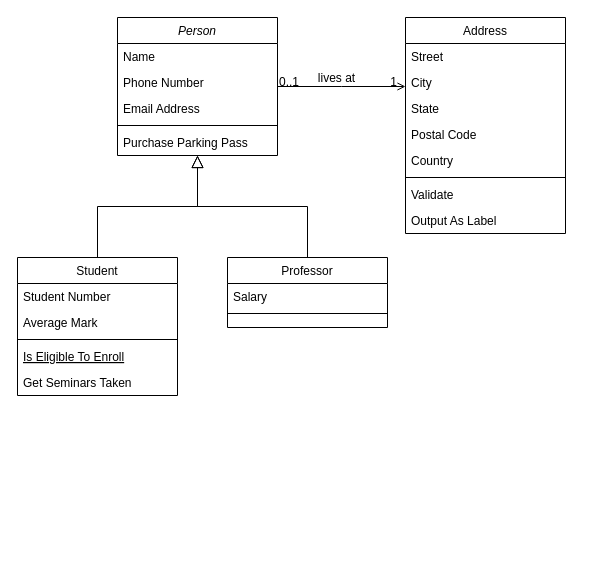
This is Untitled Diagram.drawio from vivek22sep/boilerplate, a draw.io file, before an edit. Source tidied: cells renumbered, new cells numbered last; positions are measured from the earlier drawing's top-left corner, leaving out a move shared by most shapes. Both pictures are drawn from the tidied source at 100%, with x=0, y=0 at pixel (17, 17).
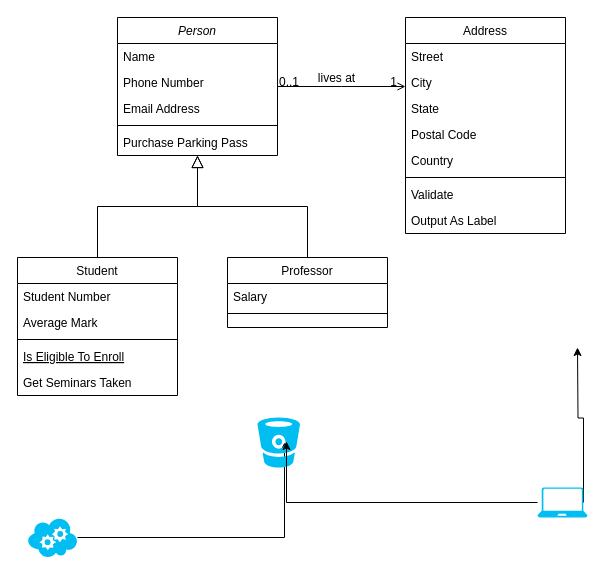
The same page after the edit.

The edit, as a diff of the source:
```diff
@@
+    <mxCell id="32" style="edgeStyle=orthogonalEdgeStyle;rounded=0;jettySize=auto;html=1;entryX=0.635;entryY=0.5;entryDx=0;entryDy=0;entryPerimeter=0;" parent="1" edge="1" source="33" target="34">
+      <mxGeometry relative="1" as="geometry" />
+    </mxCell>
+    <mxCell id="33" style="verticalLabelPosition=bottom;html=1;verticalAlign=top;align=center;strokeColor=none;fillColor=#00BEF2;shape=mxgraph.azure.cloud_service;" parent="1" vertex="1">
+      <mxGeometry x="10" y="500" width="50" height="40" as="geometry" />
+    </mxCell>
+    <mxCell id="34" style="verticalLabelPosition=bottom;html=1;verticalAlign=top;align=center;strokeColor=none;fillColor=#00BEF2;shape=mxgraph.azure.bitbucket_code_source;" parent="1" vertex="1">
+      <mxGeometry x="240" y="400" width="42.5" height="50" as="geometry" />
+    </mxCell>
+    <mxCell id="35" style="edgeStyle=orthogonalEdgeStyle;rounded=0;jettySize=auto;html=1;entryX=0.682;entryY=0.48;entryDx=0;entryDy=0;entryPerimeter=0;" parent="1" edge="1" source="37" target="34">
+      <mxGeometry relative="1" as="geometry" />
+    </mxCell>
+    <mxCell id="36" style="edgeStyle=orthogonalEdgeStyle;rounded=0;jettySize=auto;html=1;exitX=0.92;exitY=0.5;exitDx=0;exitDy=0;exitPerimeter=0;" parent="1" edge="1" source="37">
+      <mxGeometry relative="1" as="geometry">
+        <mxPoint x="560" y="330" as="targetPoint" />
+      </mxGeometry>
+    </mxCell>
+    <mxCell id="37" style="verticalLabelPosition=bottom;html=1;verticalAlign=top;align=center;strokeColor=none;fillColor=#00BEF2;shape=mxgraph.azure.laptop;" parent="1" vertex="1">
+      <mxGeometry x="520" y="470" width="50" height="30" as="geometry" />
+    </mxCell>
```
